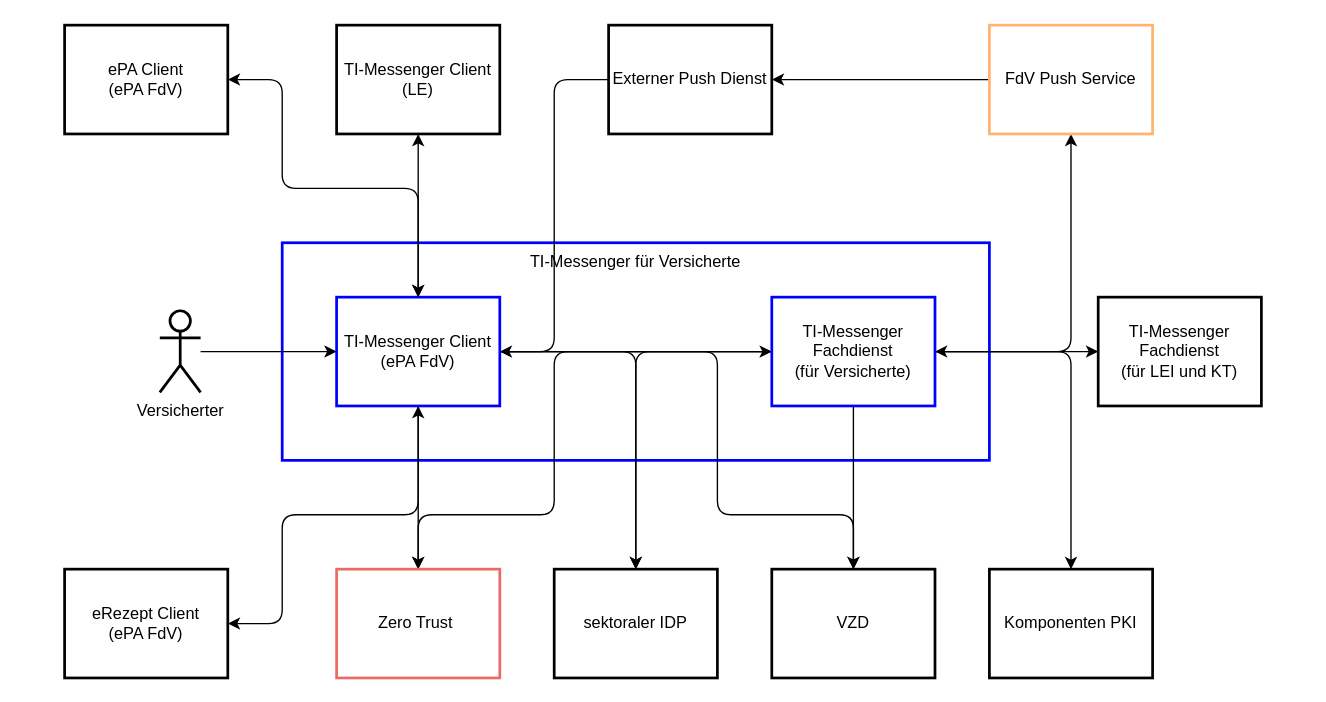
gematik/api-ti-messenger keeps this draw.io diagram as src/drawio/TI-M-Client_ePA_FdV_Kontextabgrenzung.drawio. Above is the earlier version. Source tidied: cells renumbered, new cells numbered last; positions are measured from the earlier drawing's top-left corner, leaving out a move shared by most shapes. Both pictures are drawn from the tidied source at 136%, with x=0, y=0 at pixel (64, 24).
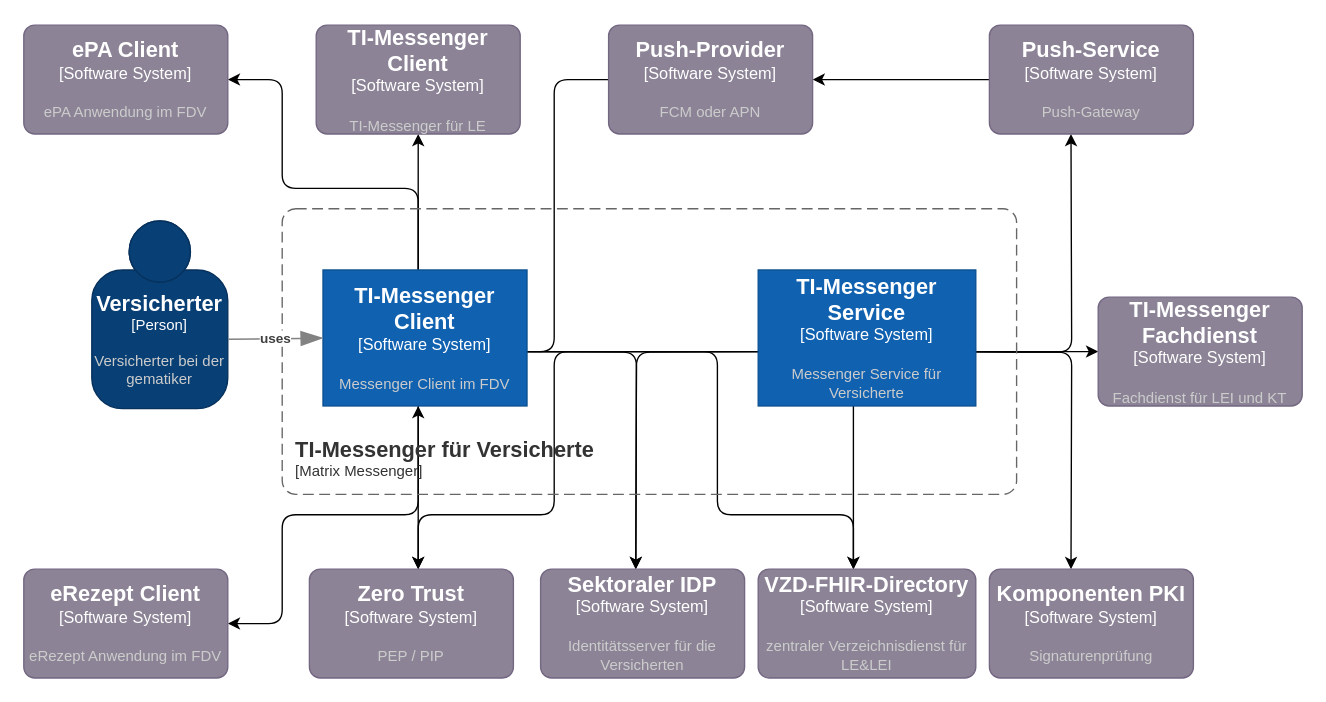
Above is the later version.

The edit, as a diff of the source:
```diff
@@
-    <mxCell id="2" value="TI-Messenger für Versicherte" style="rounded=0;whiteSpace=wrap;html=1;verticalAlign=top;strokeColor=#0000FF;strokeWidth=2;" parent="1" vertex="1">
-      <mxGeometry x="160" y="160" width="520" height="160" as="geometry" />
-    </mxCell>
-    <mxCell id="3" style="edgeStyle=orthogonalEdgeStyle;rounded=0;jettySize=auto;html=1;entryX=0;entryY=0.5;entryDx=0;entryDy=0;" parent="1" edge="1" source="7" target="14">
-      <mxGeometry relative="1" as="geometry" />
+    <mxCell id="3" style="edgeStyle=orthogonalEdgeStyle;rounded=0;orthogonalLoop=1;jettySize=auto;html=1;entryX=0;entryY=0.5;entryDx=0;entryDy=0;" parent="1" edge="1">
+      <mxGeometry relative="1" as="geometry">
+        <mxPoint x="320" y="240" as="sourcePoint" />
+        <mxPoint x="520" y="240" as="targetPoint" />
+      </mxGeometry>
     </mxCell>
-    <mxCell id="4" style="edgeStyle=orthogonalEdgeStyle;rounded=0;jettySize=auto;html=1;entryX=0.5;entryY=0;entryDx=0;entryDy=0;" parent="1" edge="1" source="7" target="17">
-      <mxGeometry relative="1" as="geometry" />
+    <mxCell id="4" style="edgeStyle=orthogonalEdgeStyle;rounded=0;orthogonalLoop=1;jettySize=auto;html=1;entryX=0.5;entryY=0;entryDx=0;entryDy=0;" parent="1" edge="1">
+      <mxGeometry relative="1" as="geometry">
+        <mxPoint x="260" y="280" as="sourcePoint" />
+        <mxPoint x="260" y="400" as="targetPoint" />
+      </mxGeometry>
     </mxCell>
-    <mxCell id="5" style="edgeStyle=orthogonalEdgeStyle;rounded=1;jettySize=auto;html=1;entryX=0.5;entryY=0;entryDx=0;entryDy=0;" parent="1" edge="1" source="7" target="19">
+    <mxCell id="5" style="edgeStyle=orthogonalEdgeStyle;rounded=1;orthogonalLoop=1;jettySize=auto;html=1;entryX=0.5;entryY=0;entryDx=0;entryDy=0;" parent="1" edge="1">
       <mxGeometry relative="1" as="geometry">
+        <mxPoint x="320" y="240" as="sourcePoint" />
+        <mxPoint x="580" y="400" as="targetPoint" />
         <Array as="points">
           <mxPoint x="480" y="240" />
           <mxPoint x="480" y="360" />
           <mxPoint x="580" y="360" />
         </Array>
       </mxGeometry>
     </mxCell>
-    <mxCell id="6" style="edgeStyle=orthogonalEdgeStyle;rounded=1;jettySize=auto;html=1;entryX=0.5;entryY=0;entryDx=0;entryDy=0;" parent="1" edge="1" source="7" target="18">
-      <mxGeometry relative="1" as="geometry" />
+    <mxCell id="6" style="edgeStyle=orthogonalEdgeStyle;rounded=1;orthogonalLoop=1;jettySize=auto;html=1;entryX=0.5;entryY=0;entryDx=0;entryDy=0;" parent="1" edge="1">
+      <mxGeometry relative="1" as="geometry">
+        <mxPoint x="320" y="240" as="sourcePoint" />
+        <mxPoint x="420" y="400" as="targetPoint" />
+      </mxGeometry>
     </mxCell>
-    <mxCell id="7" value="TI-Messenger Client&lt;br&gt;(ePA FdV)" style="rounded=0;whiteSpace=wrap;html=1;strokeColor=#0000FF;strokeWidth=2;" parent="1" vertex="1">
-      <mxGeometry x="200" y="200" width="120" height="80" as="geometry" />
-    </mxCell>
-    <mxCell id="8" style="edgeStyle=orthogonalEdgeStyle;rounded=0;jettySize=auto;html=1;entryX=0;entryY=0.5;entryDx=0;entryDy=0;startArrow=classic;startFill=1;" parent="1" edge="1" source="14" target="21">
-      <mxGeometry relative="1" as="geometry" />
+    <mxCell id="8" style="edgeStyle=orthogonalEdgeStyle;rounded=0;orthogonalLoop=1;jettySize=auto;html=1;entryX=0;entryY=0.5;entryDx=0;entryDy=0;startArrow=classic;startFill=1;" parent="1" edge="1">
+      <mxGeometry relative="1" as="geometry">
+        <mxPoint x="640" y="240" as="sourcePoint" />
+        <mxPoint x="760" y="240" as="targetPoint" />
+      </mxGeometry>
     </mxCell>
-    <mxCell id="9" style="edgeStyle=orthogonalEdgeStyle;rounded=1;jettySize=auto;html=1;entryX=0.5;entryY=0;entryDx=0;entryDy=0;" parent="1" edge="1" source="14" target="20">
-      <mxGeometry relative="1" as="geometry" />
+    <mxCell id="9" style="edgeStyle=orthogonalEdgeStyle;rounded=1;orthogonalLoop=1;jettySize=auto;html=1;entryX=0.5;entryY=0;entryDx=0;entryDy=0;" parent="1" edge="1">
+      <mxGeometry relative="1" as="geometry">
+        <mxPoint x="640" y="240" as="sourcePoint" />
+        <mxPoint x="740" y="400" as="targetPoint" />
+      </mxGeometry>
     </mxCell>
-    <mxCell id="10" style="edgeStyle=orthogonalEdgeStyle;rounded=0;jettySize=auto;html=1;entryX=0.5;entryY=0;entryDx=0;entryDy=0;" parent="1" edge="1" source="14" target="19">
-      <mxGeometry relative="1" as="geometry" />
+    <mxCell id="10" style="edgeStyle=orthogonalEdgeStyle;rounded=0;orthogonalLoop=1;jettySize=auto;html=1;entryX=0.5;entryY=0;entryDx=0;entryDy=0;" parent="1" edge="1">
+      <mxGeometry relative="1" as="geometry">
+        <mxPoint x="580" y="280" as="sourcePoint" />
+        <mxPoint x="580" y="400" as="targetPoint" />
+      </mxGeometry>
     </mxCell>
-    <mxCell id="11" style="edgeStyle=orthogonalEdgeStyle;rounded=1;jettySize=auto;html=1;entryX=0.5;entryY=0;entryDx=0;entryDy=0;" parent="1" edge="1" source="14" target="18">
-      <mxGeometry relative="1" as="geometry" />
+    <mxCell id="11" style="edgeStyle=orthogonalEdgeStyle;rounded=1;orthogonalLoop=1;jettySize=auto;html=1;entryX=0.5;entryY=0;entryDx=0;entryDy=0;" parent="1" edge="1">
+      <mxGeometry relative="1" as="geometry">
+        <mxPoint x="520" y="240" as="sourcePoint" />
+        <mxPoint x="420" y="400" as="targetPoint" />
+      </mxGeometry>
     </mxCell>
-    <mxCell id="12" style="edgeStyle=orthogonalEdgeStyle;rounded=1;jettySize=auto;html=1;entryX=0.5;entryY=1;entryDx=0;entryDy=0;" parent="1" edge="1" source="14" target="27">
-      <mxGeometry relative="1" as="geometry" />
+    <mxCell id="12" style="edgeStyle=orthogonalEdgeStyle;rounded=1;orthogonalLoop=1;jettySize=auto;html=1;entryX=0.5;entryY=1;entryDx=0;entryDy=0;" parent="1" edge="1">
+      <mxGeometry relative="1" as="geometry">
+        <mxPoint x="640" y="240" as="sourcePoint" />
+        <mxPoint x="740" y="80" as="targetPoint" />
+      </mxGeometry>
     </mxCell>
-    <mxCell id="13" style="edgeStyle=orthogonalEdgeStyle;rounded=1;jettySize=auto;html=1;entryX=0.5;entryY=0;entryDx=0;entryDy=0;" parent="1" edge="1" source="14" target="17">
+    <mxCell id="13" style="edgeStyle=orthogonalEdgeStyle;rounded=1;orthogonalLoop=1;jettySize=auto;html=1;entryX=0.5;entryY=0;entryDx=0;entryDy=0;" parent="1" edge="1">
       <mxGeometry relative="1" as="geometry">
+        <mxPoint x="520" y="240" as="sourcePoint" />
+        <mxPoint x="260" y="400" as="targetPoint" />
         <Array as="points">
           <mxPoint x="360" y="240" />
           <mxPoint x="360" y="360" />
           <mxPoint x="260" y="360" />
         </Array>
       </mxGeometry>
     </mxCell>
-    <mxCell id="14" value="TI-Messenger Fachdienst&lt;br&gt;(für Versicherte)" style="rounded=0;whiteSpace=wrap;html=1;strokeColor=#0000FF;strokeWidth=2;" parent="1" vertex="1">
-      <mxGeometry x="520" y="200" width="120" height="80" as="geometry" />
-    </mxCell>
-    <mxCell id="15" style="edgeStyle=orthogonalEdgeStyle;rounded=0;jettySize=auto;html=1;" parent="1" edge="1" source="16" target="7">
-      <mxGeometry relative="1" as="geometry" />
-    </mxCell>
-    <mxCell id="16" value="Versicherter" style="shape=umlActor;verticalLabelPosition=bottom;verticalAlign=top;html=1;outlineConnect=0;strokeWidth=2;" parent="1" vertex="1">
-      <mxGeometry x="70" y="210" width="30" height="60" as="geometry" />
-    </mxCell>
-    <mxCell id="17" value="Zero Trust&amp;nbsp;" style="rounded=0;whiteSpace=wrap;html=1;strokeColor=#EA6B66;strokeWidth=2;" parent="1" vertex="1">
-      <mxGeometry x="200" y="400" width="120" height="80" as="geometry" />
-    </mxCell>
-    <mxCell id="18" value="sektoraler IDP" style="rounded=0;whiteSpace=wrap;html=1;strokeWidth=2;strokeColor=#000000;" parent="1" vertex="1">
-      <mxGeometry x="360" y="400" width="120" height="80" as="geometry" />
-    </mxCell>
-    <mxCell id="19" value="VZD" style="rounded=0;whiteSpace=wrap;html=1;strokeWidth=2;" parent="1" vertex="1">
-      <mxGeometry x="520" y="400" width="120" height="80" as="geometry" />
-    </mxCell>
-    <mxCell id="20" value="Komponenten PKI" style="rounded=0;whiteSpace=wrap;html=1;strokeWidth=2;" parent="1" vertex="1">
-      <mxGeometry x="680" y="400" width="120" height="80" as="geometry" />
-    </mxCell>
-    <mxCell id="21" value="TI-Messenger Fachdienst&lt;br&gt;(für LEI und KT)" style="rounded=0;whiteSpace=wrap;html=1;verticalAlign=middle;strokeWidth=2;" parent="1" vertex="1">
-      <mxGeometry x="760" y="200" width="120" height="80" as="geometry" />
-    </mxCell>
-    <mxCell id="22" style="edgeStyle=orthogonalEdgeStyle;rounded=1;jettySize=auto;html=1;entryX=1;entryY=0.5;entryDx=0;entryDy=0;" parent="1" edge="1" source="23" target="7">
+    <mxCell id="22" style="edgeStyle=orthogonalEdgeStyle;rounded=1;jettySize=auto;html=1;entryX=1;entryY=0.5;entryDx=0;entryDy=0;exitX=0;exitY=0.5;exitDx=0;exitDy=0;exitPerimeter=0;" parent="1" edge="1" source="43">
       <mxGeometry relative="1" as="geometry">
+        <mxPoint x="320" y="240" as="targetPoint" />
         <Array as="points">
+          <mxPoint x="400" y="40" />
           <mxPoint x="360" y="40" />
           <mxPoint x="360" y="240" />
         </Array>
       </mxGeometry>
     </mxCell>
-    <mxCell id="23" value="Externer Push Dienst" style="rounded=0;whiteSpace=wrap;html=1;strokeWidth=2;strokeColor=#000000;" parent="1" vertex="1">
-      <mxGeometry x="400" width="120" height="80" as="geometry" />
-    </mxCell>
-    <mxCell id="24" style="edgeStyle=orthogonalEdgeStyle;rounded=0;jettySize=auto;html=1;entryX=0.5;entryY=0;entryDx=0;entryDy=0;startArrow=classic;startFill=1;" parent="1" edge="1" source="25" target="7">
-      <mxGeometry relative="1" as="geometry" />
+    <mxCell id="24" style="edgeStyle=orthogonalEdgeStyle;rounded=0;orthogonalLoop=1;jettySize=auto;html=1;entryX=0.5;entryY=0;entryDx=0;entryDy=0;startArrow=classic;startFill=1;" parent="1" edge="1">
+      <mxGeometry relative="1" as="geometry">
+        <mxPoint x="260" y="80" as="sourcePoint" />
+        <mxPoint x="260" y="200" as="targetPoint" />
+      </mxGeometry>
     </mxCell>
-    <mxCell id="25" value="TI-Messenger Client&lt;br&gt;(LE)" style="rounded=0;whiteSpace=wrap;html=1;strokeColor=#000000;strokeWidth=2;" parent="1" vertex="1">
-      <mxGeometry x="200" width="120" height="80" as="geometry" />
-    </mxCell>
-    <mxCell id="26" style="edgeStyle=orthogonalEdgeStyle;rounded=0;jettySize=auto;html=1;entryX=1;entryY=0.5;entryDx=0;entryDy=0;" parent="1" edge="1" source="27" target="23">
-      <mxGeometry relative="1" as="geometry" />
+    <mxCell id="26" style="edgeStyle=orthogonalEdgeStyle;rounded=0;jettySize=auto;html=1;entryX=1;entryY=0.5;entryDx=0;entryDy=0;entryPerimeter=0;" parent="1" edge="1" target="43">
+      <mxGeometry relative="1" as="geometry">
+        <mxPoint x="680" y="40" as="sourcePoint" />
+        <Array as="points">
+          <mxPoint x="550" y="40" />
+        </Array>
+      </mxGeometry>
     </mxCell>
-    <mxCell id="27" value="FdV Push Service" style="rounded=0;whiteSpace=wrap;html=1;strokeWidth=2;strokeColor=#FFB570;" parent="1" vertex="1">
-      <mxGeometry x="680" width="120" height="80" as="geometry" />
-    </mxCell>
-    <mxCell id="28" style="edgeStyle=orthogonalEdgeStyle;rounded=1;jettySize=auto;html=1;entryX=0.5;entryY=0;entryDx=0;entryDy=0;startArrow=classic;startFill=1;" parent="1" edge="1" source="29" target="7">
+    <mxCell id="28" style="edgeStyle=orthogonalEdgeStyle;rounded=1;orthogonalLoop=1;jettySize=auto;html=1;entryX=0.5;entryY=0;entryDx=0;entryDy=0;startArrow=classic;startFill=1;" parent="1" edge="1">
       <mxGeometry relative="1" as="geometry">
+        <mxPoint x="120" y="40" as="sourcePoint" />
+        <mxPoint x="260" y="200" as="targetPoint" />
         <Array as="points">
           <mxPoint x="160" y="40" />
           <mxPoint x="160" y="120" />
           <mxPoint x="260" y="120" />
         </Array>
       </mxGeometry>
     </mxCell>
-    <mxCell id="29" value="ePA Client&lt;br&gt;(ePA FdV)" style="rounded=0;whiteSpace=wrap;html=1;strokeColor=#000000;strokeWidth=2;" parent="1" vertex="1">
-      <mxGeometry width="120" height="80" as="geometry" />
-    </mxCell>
-    <mxCell id="30" style="edgeStyle=orthogonalEdgeStyle;jettySize=auto;html=1;entryX=0.5;entryY=1;entryDx=0;entryDy=0;rounded=1;startArrow=classic;startFill=1;" parent="1" edge="1" source="31" target="7">
+    <mxCell id="30" style="edgeStyle=orthogonalEdgeStyle;orthogonalLoop=1;jettySize=auto;html=1;entryX=0.5;entryY=1;entryDx=0;entryDy=0;rounded=1;startArrow=classic;startFill=1;" parent="1" edge="1">
       <mxGeometry relative="1" as="geometry">
+        <mxPoint x="120" y="440" as="sourcePoint" />
+        <mxPoint x="260" y="280" as="targetPoint" />
         <Array as="points">
           <mxPoint x="160" y="440" />
           <mxPoint x="160" y="360" />
           <mxPoint x="260" y="360" />
         </Array>
       </mxGeometry>
     </mxCell>
-    <mxCell id="31" value="eRezept Client&lt;br&gt;(ePA FdV)" style="rounded=0;whiteSpace=wrap;html=1;strokeColor=#000000;strokeWidth=2;" parent="1" vertex="1">
-      <mxGeometry y="400" width="120" height="80" as="geometry" />
-    </mxCell>
+    <object id="32" label="&lt;font style=&quot;font-size: 16px&quot;&gt;&lt;b&gt;%c4Name%&lt;/b&gt;&lt;/font&gt;&lt;div&gt;[%c4Type%]&lt;/div&gt;&lt;br&gt;&lt;div&gt;&lt;font style=&quot;font-size: 11px&quot;&gt;&lt;font color=&quot;#cccccc&quot;&gt;%c4Description%&lt;/font&gt;&lt;/div&gt;" c4Description="Messenger Client im FDV" c4Name="TI-Messenger Client" c4Type="Software System" placeholders="1">
+      <mxCell style="rounded=1;whiteSpace=wrap;html=1;labelBackgroundColor=none;fillColor=#1061B0;fontColor=#ffffff;align=center;arcSize=0;strokeColor=#0D5091;points=[[0.25,0,0],[0.5,0,0],[0.75,0,0],[1,0.25,0],[1,0.5,0],[1,0.75,0],[0.75,1,0],[0.5,1,0],[0.25,1,0],[0,0.75,0],[0,0.5,0],[0,0.25,0]];imageWidth=20;imageHeight=20;" parent="1" vertex="1">
+        <mxGeometry x="190" y="180" width="150" height="100" as="geometry" />
+      </mxCell>
+    </object>
+    <object id="33" label="&lt;font style=&quot;font-size: 16px&quot;&gt;&lt;b&gt;%c4Name%&lt;/b&gt;&lt;/font&gt;&lt;div&gt;[%c4Type%]&lt;/div&gt;&lt;br&gt;&lt;div&gt;&lt;font style=&quot;font-size: 11px&quot;&gt;&lt;font color=&quot;#cccccc&quot;&gt;%c4Description%&lt;/font&gt;&lt;/div&gt;" c4Description="ePA Anwendung im FDV" c4Name="ePA Client" c4Type="Software System" placeholders="1">
+      <mxCell style="rounded=1;whiteSpace=wrap;html=1;labelBackgroundColor=none;fillColor=#8C8496;fontColor=#ffffff;align=center;arcSize=10;strokeColor=#736782;" parent="1" vertex="1">
+        <mxGeometry x="-30" width="150" height="80" as="geometry" />
+      </mxCell>
+    </object>
+    <object id="34" label="&lt;font style=&quot;font-size: 16px&quot;&gt;&lt;b&gt;%c4Name%&lt;/b&gt;&lt;/font&gt;&lt;div&gt;[%c4Type%]&lt;/div&gt;&lt;br&gt;&lt;div&gt;&lt;font style=&quot;font-size: 11px&quot;&gt;&lt;font color=&quot;#cccccc&quot;&gt;%c4Description%&lt;/font&gt;&lt;/div&gt;" c4Description="Versicherter bei der gematiker" c4Name="Versicherter" c4Type="Person" placeholders="1">
+      <mxCell style="html=1;fontSize=11;dashed=0;whiteSpace=wrap;fillColor=#083F75;strokeColor=#06315C;fontColor=#ffffff;shape=mxgraph.c4.person2;align=center;points=[[0.5,0,0],[1,0.5,0],[1,0.75,0],[0.75,1,0],[0.5,1,0],[0.25,1,0],[0,0.75,0],[0,0.5,0]];" parent="1" vertex="1">
+        <mxGeometry x="20" y="144" width="100" height="138" as="geometry" />
+      </mxCell>
+    </object>
+    <object id="35" label="&lt;font style=&quot;font-size: 16px&quot;&gt;&lt;b&gt;%c4Name%&lt;/b&gt;&lt;/font&gt;&lt;div&gt;[%c4Type%]&lt;/div&gt;&lt;br&gt;&lt;div&gt;&lt;font style=&quot;font-size: 11px&quot;&gt;&lt;font color=&quot;#cccccc&quot;&gt;%c4Description%&lt;/font&gt;&lt;/div&gt;" c4Description="Messenger Service für Versicherte" c4Name="TI-Messenger Service" c4Type="Software System" placeholders="1">
+      <mxCell style="rounded=1;whiteSpace=wrap;html=1;labelBackgroundColor=none;fillColor=#1061B0;fontColor=#ffffff;align=center;arcSize=0;strokeColor=#0D5091;imageWidth=20;imageHeight=20;" parent="1" vertex="1">
+        <mxGeometry x="510" y="180" width="160" height="100" as="geometry" />
+      </mxCell>
+    </object>
+    <object id="36" label="&lt;font style=&quot;font-size: 16px&quot;&gt;&lt;b&gt;%c4Name%&lt;/b&gt;&lt;/font&gt;&lt;div&gt;[%c4Type%]&lt;/div&gt;&lt;br&gt;&lt;div&gt;&lt;font style=&quot;font-size: 11px&quot;&gt;&lt;font color=&quot;#cccccc&quot;&gt;%c4Description%&lt;/font&gt;&lt;/div&gt;" c4Description="eRezept Anwendung im FDV" c4Name="eRezept Client" c4Type="Software System" placeholders="1">
+      <mxCell style="rounded=1;whiteSpace=wrap;html=1;labelBackgroundColor=none;fillColor=#8C8496;fontColor=#ffffff;align=center;arcSize=10;strokeColor=#736782;" parent="1" vertex="1">
+        <mxGeometry x="-30" y="400" width="150" height="80" as="geometry" />
+      </mxCell>
+    </object>
+    <object id="37" label="&lt;font style=&quot;font-size: 16px&quot;&gt;&lt;b&gt;%c4Name%&lt;/b&gt;&lt;/font&gt;&lt;div&gt;[%c4Type%]&lt;/div&gt;&lt;br&gt;&lt;div&gt;&lt;font style=&quot;font-size: 11px&quot;&gt;&lt;font color=&quot;#cccccc&quot;&gt;%c4Description%&lt;/font&gt;&lt;/div&gt;" c4Description="TI-Messenger für LE" c4Name="TI-Messenger Client" c4Type="Software System" placeholders="1">
+      <mxCell style="rounded=1;whiteSpace=wrap;html=1;labelBackgroundColor=none;fillColor=#8C8496;fontColor=#ffffff;align=center;arcSize=10;strokeColor=#736782;" parent="1" vertex="1">
+        <mxGeometry x="185" width="150" height="80" as="geometry" />
+      </mxCell>
+    </object>
+    <object id="38" label="&lt;font style=&quot;font-size: 16px&quot;&gt;&lt;b&gt;%c4Name%&lt;/b&gt;&lt;/font&gt;&lt;div&gt;[%c4Type%]&lt;/div&gt;&lt;br&gt;&lt;div&gt;&lt;font style=&quot;font-size: 11px&quot;&gt;&lt;font color=&quot;#cccccc&quot;&gt;%c4Description%&lt;/font&gt;&lt;/div&gt;" c4Description="Fachdienst für LEI und KT" c4Name="TI-Messenger Fachdienst" c4Type="Software System" placeholders="1">
+      <mxCell style="rounded=1;whiteSpace=wrap;html=1;labelBackgroundColor=none;fillColor=#8C8496;fontColor=#ffffff;align=center;arcSize=10;strokeColor=#736782;" parent="1" vertex="1">
+        <mxGeometry x="760" y="200" width="150" height="80" as="geometry" />
+      </mxCell>
+    </object>
+    <object id="39" label="&lt;font style=&quot;font-size: 16px&quot;&gt;&lt;b&gt;%c4Name%&lt;/b&gt;&lt;/font&gt;&lt;div&gt;[%c4Type%]&lt;/div&gt;&lt;br&gt;&lt;div&gt;&lt;font style=&quot;font-size: 11px&quot;&gt;&lt;font color=&quot;#cccccc&quot;&gt;%c4Description%&lt;/font&gt;&lt;/div&gt;" c4Description="Identitätsserver für die Versicherten" c4Name="Sektoraler IDP" c4Type="Software System" placeholders="1">
+      <mxCell style="rounded=1;whiteSpace=wrap;html=1;labelBackgroundColor=none;fillColor=#8C8496;fontColor=#ffffff;align=center;arcSize=10;strokeColor=#736782;" parent="1" vertex="1">
+        <mxGeometry x="350" y="400" width="150" height="80" as="geometry" />
+      </mxCell>
+    </object>
+    <object id="40" label="&lt;font style=&quot;font-size: 16px&quot;&gt;&lt;b&gt;&lt;div style=&quot;text-align: left&quot;&gt;%c4Name%&lt;/div&gt;&lt;/b&gt;&lt;/font&gt;&lt;div style=&quot;text-align: left&quot;&gt;[%c4Application%]&lt;/div&gt;" c4Application="Matrix Messenger" c4Name="TI-Messenger für Versicherte" placeholders="1">
+      <mxCell style="rounded=1;fontSize=11;whiteSpace=wrap;html=1;dashed=1;arcSize=20;fillColor=none;strokeColor=#666666;fontColor=#333333;labelBackgroundColor=none;align=left;verticalAlign=bottom;labelBorderColor=none;spacingTop=0;spacing=10;dashPattern=8 4;perimeter=rectanglePerimeter;noLabel=0;labelPadding=0;absoluteArcSize=1;" parent="1" vertex="1">
+        <mxGeometry x="160" y="135" width="540" height="210" as="geometry" />
+      </mxCell>
+    </object>
+    <object id="41" label="&lt;div style=&quot;text-align: left&quot;&gt;&lt;div style=&quot;text-align: center&quot;&gt;&lt;b&gt;%c4Description%&lt;/b&gt;&lt;/div&gt;" c4Description="uses" placeholders="1">
+      <mxCell style="endArrow=blockThin;html=1;fontSize=10;fontColor=#404040;strokeWidth=1;endFill=1;strokeColor=#828282;elbow=vertical;endSize=14;startSize=14;jumpStyle=arc;jumpSize=16;rounded=0;edgeStyle=orthogonalEdgeStyle;entryX=0;entryY=0.5;entryDx=0;entryDy=0;entryPerimeter=0;exitX=1.005;exitY=0.63;exitDx=0;exitDy=0;exitPerimeter=0;" parent="1" edge="1" source="34" target="32">
+        <mxGeometry relative="1" as="geometry" />
+      </mxCell>
+    </object>
+    <object id="42" label="&lt;font style=&quot;font-size: 16px&quot;&gt;&lt;b&gt;%c4Name%&lt;/b&gt;&lt;/font&gt;&lt;div&gt;[%c4Type%]&lt;/div&gt;&lt;br&gt;&lt;div&gt;&lt;font style=&quot;font-size: 11px&quot;&gt;&lt;font color=&quot;#cccccc&quot;&gt;%c4Description%&lt;/font&gt;&lt;/div&gt;" c4Description="zentraler Verzeichnisdienst für LE&amp;LEI" c4Name="VZD-FHIR-Directory" c4Type="Software System" placeholders="1">
+      <mxCell style="rounded=1;whiteSpace=wrap;html=1;labelBackgroundColor=none;fillColor=#8C8496;fontColor=#ffffff;align=center;arcSize=10;strokeColor=#736782;" parent="1" vertex="1">
+        <mxGeometry x="510" y="400" width="160" height="80" as="geometry" />
+      </mxCell>
+    </object>
+    <object id="43" label="&lt;font style=&quot;font-size: 16px&quot;&gt;&lt;b&gt;%c4Name%&lt;/b&gt;&lt;/font&gt;&lt;div&gt;[%c4Type%]&lt;/div&gt;&lt;br&gt;&lt;div&gt;&lt;font style=&quot;font-size: 11px&quot;&gt;&lt;font color=&quot;#cccccc&quot;&gt;%c4Description%&lt;/font&gt;&lt;/div&gt;" c4Description="FCM oder APN" c4Name="Push-Provider" c4Type="Software System" placeholders="1">
+      <mxCell style="rounded=1;whiteSpace=wrap;html=1;labelBackgroundColor=none;fillColor=#8C8496;fontColor=#ffffff;align=center;arcSize=10;strokeColor=#736782;points=[[0.25,0,0],[0.5,0,0],[0.75,0,0],[1,0.25,0],[1,0.5,0],[1,0.75,0],[0.75,1,0],[0.5,1,0],[0.25,1,0],[0,0.75,0],[0,0.5,0],[0,0.25,0]];" parent="1" vertex="1">
+        <mxGeometry x="400" width="150" height="80" as="geometry" />
+      </mxCell>
+    </object>
+    <object id="44" label="&lt;font style=&quot;font-size: 16px&quot;&gt;&lt;b&gt;%c4Name%&lt;/b&gt;&lt;/font&gt;&lt;div&gt;[%c4Type%]&lt;/div&gt;&lt;br&gt;&lt;div&gt;&lt;font style=&quot;font-size: 11px&quot;&gt;&lt;font color=&quot;#cccccc&quot;&gt;%c4Description%&lt;/font&gt;&lt;/div&gt;" c4Description="Signaturenprüfung" c4Name="Komponenten PKI" c4Type="Software System" placeholders="1">
+      <mxCell style="rounded=1;whiteSpace=wrap;html=1;labelBackgroundColor=none;fillColor=#8C8496;fontColor=#ffffff;align=center;arcSize=10;strokeColor=#736782;" parent="1" vertex="1">
+        <mxGeometry x="680" y="400" width="150" height="80" as="geometry" />
+      </mxCell>
+    </object>
+    <object id="45" label="&lt;font style=&quot;font-size: 16px&quot;&gt;&lt;b&gt;%c4Name%&lt;/b&gt;&lt;/font&gt;&lt;div&gt;[%c4Type%]&lt;/div&gt;&lt;br&gt;&lt;div&gt;&lt;font style=&quot;font-size: 11px&quot;&gt;&lt;font color=&quot;#cccccc&quot;&gt;%c4Description%&lt;/font&gt;&lt;/div&gt;" c4Description="PEP / PIP" c4Name="Zero Trust" c4Type="Software System" placeholders="1">
+      <mxCell style="rounded=1;whiteSpace=wrap;html=1;labelBackgroundColor=none;fillColor=#8C8496;fontColor=#ffffff;align=center;arcSize=10;strokeColor=#736782;" parent="1" vertex="1">
+        <mxGeometry x="180" y="400" width="150" height="80" as="geometry" />
+      </mxCell>
+    </object>
+    <object id="46" label="&lt;font style=&quot;font-size: 16px&quot;&gt;&lt;b&gt;%c4Name%&lt;/b&gt;&lt;/font&gt;&lt;div&gt;[%c4Type%]&lt;/div&gt;&lt;br&gt;&lt;div&gt;&lt;font style=&quot;font-size: 11px&quot;&gt;&lt;font color=&quot;#cccccc&quot;&gt;%c4Description%&lt;/font&gt;&lt;/div&gt;" c4Description="Push-Gateway" c4Name="Push-Service" c4Type="Software System" placeholders="1">
+      <mxCell style="rounded=1;whiteSpace=wrap;html=1;labelBackgroundColor=none;fillColor=#8C8496;fontColor=#ffffff;align=center;arcSize=10;strokeColor=#736782;" parent="1" vertex="1">
+        <mxGeometry x="680" width="150" height="80" as="geometry" />
+      </mxCell>
+    </object>
```
